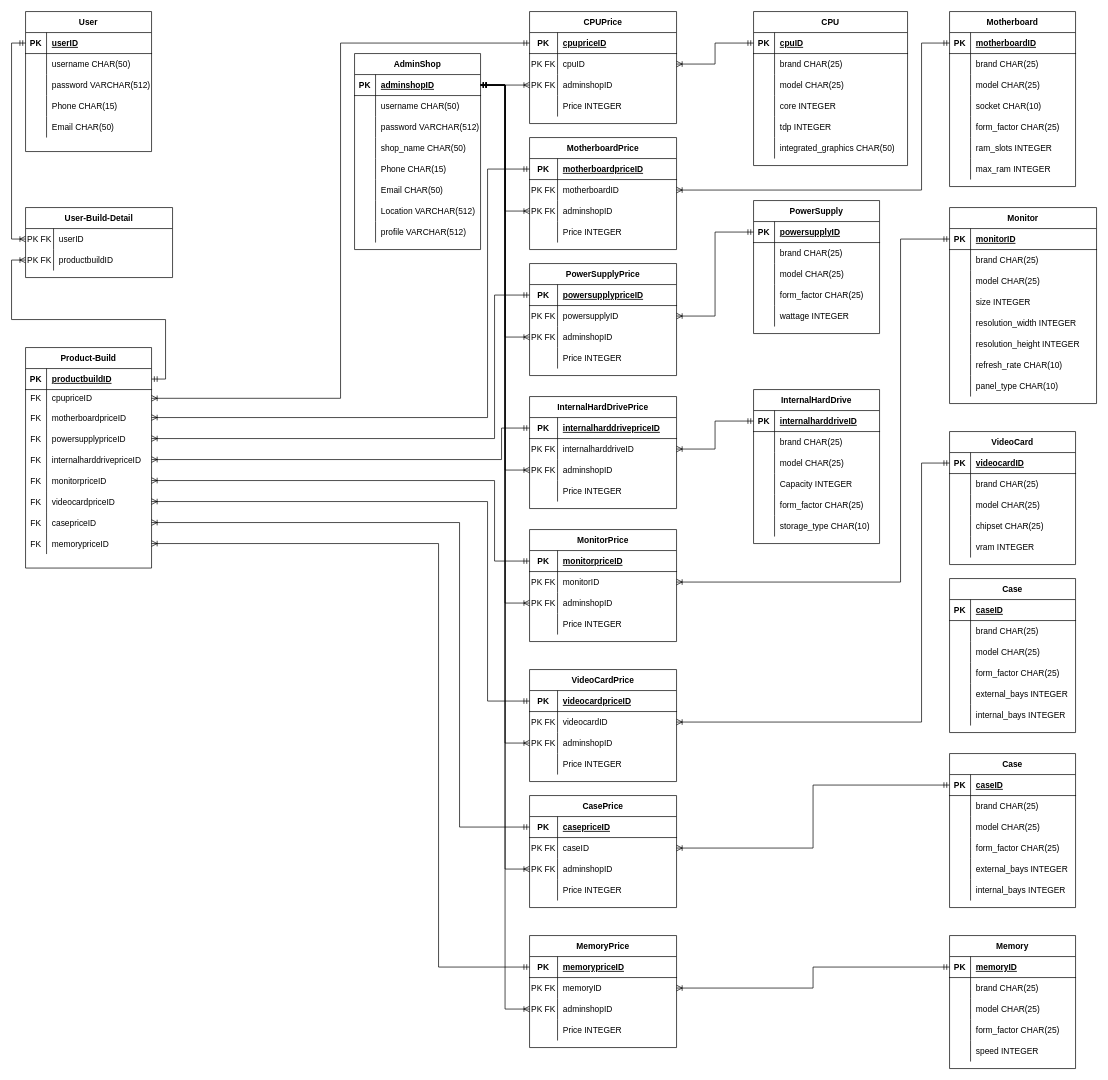
Before: component_crawler/Database/diagram/buildpc.drawio in vichhika/WCT_Y3, a draw.io diagram. Source tidied: cells renumbered, new cells numbered last; positions are measured from the earlier drawing's top-left corner, leaving out a move shared by most shapes. Both pictures are drawn from the tidied source at 70%, with x=0, y=0 at pixel (11, 11).
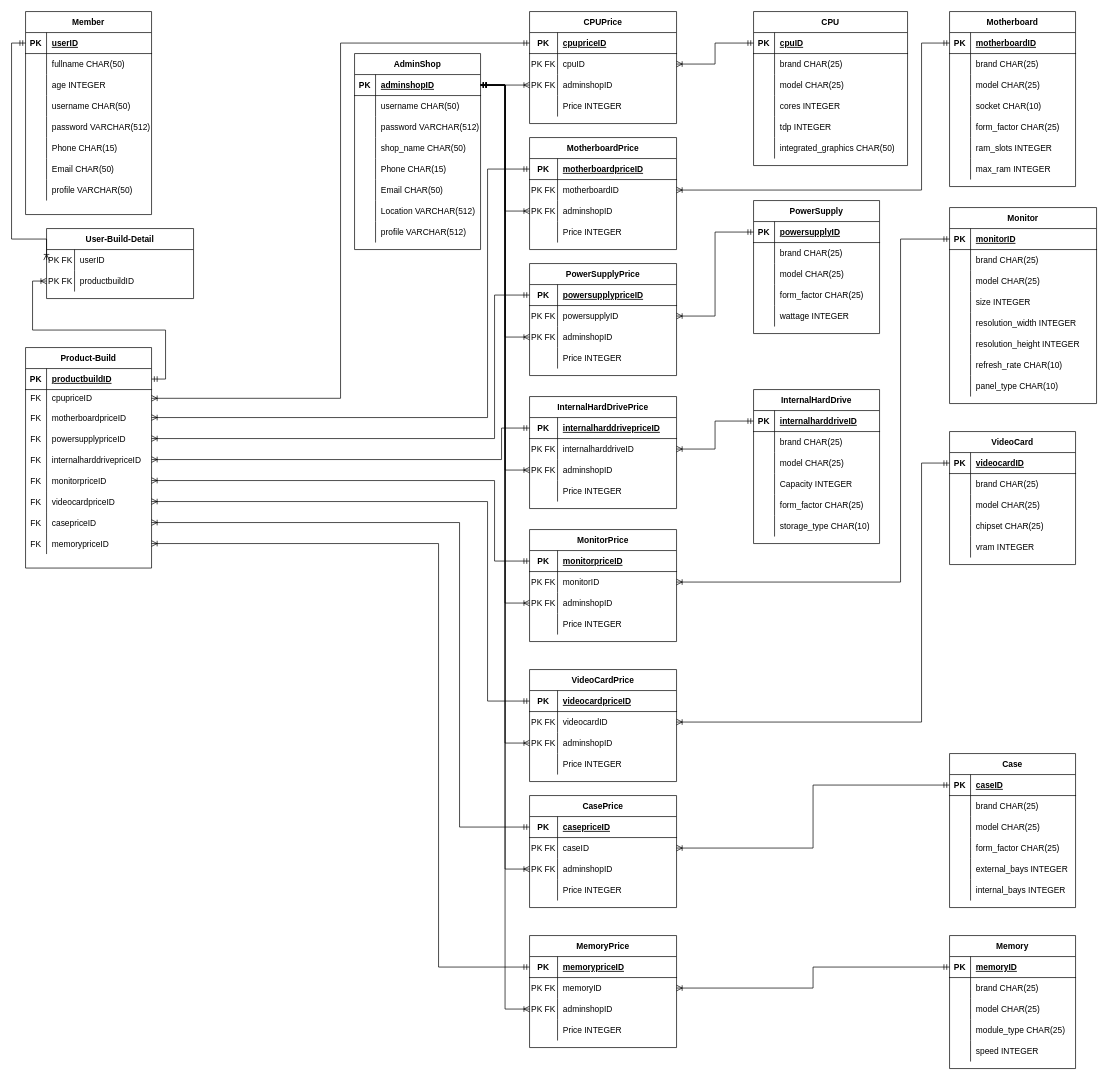
The same diagram, later.

The change refers to these unchanged cells:
```xml
<mxCell id="12" style="shape=partialRectangle;fillColor=none;top=0;left=0;bottom=0;right=0;" parent="2" vertex="1">
  <mxGeometry y="120" width="220" height="30" as="geometry" />
</mxCell>
<mxCell id="155" style="shape=partialRectangle;fillColor=none;top=0;left=0;bottom=0;right=0;" parent="151" vertex="1">
  <mxGeometry y="60" width="180" height="30" as="geometry" />
</mxCell>
<mxCell id="356" style="shape=partialRectangle;fillColor=none;top=0;left=0;bottom=0;right=0;" parent="346" vertex="1">
  <mxGeometry y="120" width="180" height="30" as="geometry" />
</mxCell>
```

What changed in the source:
```diff
@@
-    <mxCell id="14" value="core INTEGER" style="shape=partialRectangle;fillColor=none;top=0;left=0;bottom=0;right=0;align=left;spacingLeft=6;overflow=hidden;" parent="12" vertex="1">
+    <mxCell id="14" value="cores INTEGER" style="shape=partialRectangle;fillColor=none;top=0;left=0;bottom=0;right=0;align=left;spacingLeft=6;overflow=hidden;" parent="12" vertex="1">
       <mxGeometry x="30" width="190" height="30" as="geometry" />
     </mxCell>
@@
+    <mxCell id="251" value="User-Build-Detail" style="shape=table;startSize=30;childLayout=tableLayout;rowLines=0;fontStyle=1;align=center;" parent="1" vertex="1">
+      <mxGeometry x="50" y="310" width="210" height="100" as="geometry" />
+    </mxCell>
+    <mxCell id="252" style="shape=partialRectangle;fillColor=none;top=0;left=0;bottom=0;right=0;points=[[0,0.5],[1,0.5]];portConstraint=eastwest;" parent="251" vertex="1">
+      <mxGeometry y="30" width="210" height="30" as="geometry" />
+    </mxCell>
+    <mxCell id="253" value="PK FK" style="shape=partialRectangle;fillColor=none;top=0;left=0;bottom=0;right=0;overflow=hidden;" parent="252" vertex="1">
+      <mxGeometry width="40" height="30" as="geometry" />
+    </mxCell>
+    <mxCell id="254" value="userID" style="shape=partialRectangle;fillColor=none;top=0;left=0;bottom=0;right=0;align=left;spacingLeft=6;overflow=hidden;" parent="252" vertex="1">
+      <mxGeometry x="40" width="170" height="30" as="geometry" />
+    </mxCell>
+    <mxCell id="255" style="shape=partialRectangle;fillColor=none;top=0;left=0;bottom=0;right=0;points=[[0,0.5],[1,0.5]];portConstraint=eastwest;" parent="251" vertex="1">
+      <mxGeometry y="60" width="210" height="30" as="geometry" />
+    </mxCell>
+    <mxCell id="256" value="PK FK" style="shape=partialRectangle;fillColor=none;top=0;left=0;bottom=0;right=0;overflow=hidden;" parent="255" vertex="1">
+      <mxGeometry width="40" height="30" as="geometry" />
+    </mxCell>
+    <mxCell id="257" value="productbuildID" style="shape=partialRectangle;fillColor=none;top=0;left=0;bottom=0;right=0;align=left;spacingLeft=6;overflow=hidden;" parent="255" vertex="1">
+      <mxGeometry x="40" width="170" height="30" as="geometry" />
+    </mxCell>
@@
-    <mxCell id="151" value="User" style="shape=table;startSize=30;childLayout=tableLayout;rowLines=0;fontStyle=1;align=center;" parent="1" vertex="1">
-      <mxGeometry x="20" width="180" height="200" as="geometry" />
+    <mxCell id="151" value="Member" style="shape=table;startSize=30;childLayout=tableLayout;rowLines=0;fontStyle=1;align=center;" parent="1" vertex="1">
+      <mxGeometry x="20" width="180" height="290" as="geometry" />
     </mxCell>
@@
-    <mxCell id="157" value="username CHAR(50)" style="shape=partialRectangle;fillColor=none;top=0;left=0;bottom=0;right=0;align=left;spacingLeft=6;overflow=hidden;" parent="155" vertex="1">
+    <mxCell id="157" value="fullname CHAR(50)" style="shape=partialRectangle;fillColor=none;top=0;left=0;bottom=0;right=0;align=left;spacingLeft=6;overflow=hidden;" parent="155" vertex="1">
       <mxGeometry x="30" width="150" height="30" as="geometry" />
     </mxCell>
+    <mxCell id="300" style="shape=partialRectangle;fillColor=none;top=0;left=0;bottom=0;right=0;" parent="151" vertex="1">
+      <mxGeometry y="90" width="180" height="30" as="geometry" />
+    </mxCell>
+    <mxCell id="379" style="shape=partialRectangle;fillColor=none;top=0;left=0;bottom=0;right=0;overflow=hidden;" parent="300" vertex="1">
+      <mxGeometry width="30" height="30" as="geometry" />
+    </mxCell>
+    <mxCell id="380" value="age INTEGER" style="shape=partialRectangle;fillColor=none;top=0;left=0;bottom=0;right=0;align=left;spacingLeft=6;overflow=hidden;" parent="300" vertex="1">
+      <mxGeometry x="30" width="150" height="30" as="geometry" />
+    </mxCell>
+    <mxCell id="303" style="shape=partialRectangle;fillColor=none;top=0;left=0;bottom=0;right=0;" parent="151" vertex="1">
+      <mxGeometry y="120" width="180" height="30" as="geometry" />
+    </mxCell>
+    <mxCell id="381" style="shape=partialRectangle;fillColor=none;top=0;left=0;bottom=0;right=0;overflow=hidden;" parent="303" vertex="1">
+      <mxGeometry width="30" height="30" as="geometry" />
+    </mxCell>
+    <mxCell id="382" value="username CHAR(50)" style="shape=partialRectangle;fillColor=none;top=0;left=0;bottom=0;right=0;align=left;spacingLeft=6;overflow=hidden;" parent="303" vertex="1">
+      <mxGeometry x="30" width="150" height="30" as="geometry" />
+    </mxCell>
     <mxCell id="158" style="shape=partialRectangle;fillColor=none;top=0;left=0;bottom=0;right=0;" parent="151" vertex="1">
-      <mxGeometry y="90" width="180" height="30" as="geometry" />
+      <mxGeometry y="150" width="180" height="30" as="geometry" />
     </mxCell>
@@
     <mxCell id="161" style="shape=partialRectangle;fillColor=none;top=0;left=0;bottom=0;right=0;" parent="151" vertex="1">
-      <mxGeometry y="120" width="180" height="30" as="geometry" />
+      <mxGeometry y="180" width="180" height="30" as="geometry" />
     </mxCell>
@@
     <mxCell id="164" style="shape=partialRectangle;fillColor=none;top=0;left=0;bottom=0;right=0;" parent="151" vertex="1">
-      <mxGeometry y="150" width="180" height="30" as="geometry" />
+      <mxGeometry y="210" width="180" height="30" as="geometry" />
     </mxCell>
@@
+    <mxCell id="383" style="shape=partialRectangle;fillColor=none;top=0;left=0;bottom=0;right=0;" parent="151" vertex="1">
+      <mxGeometry y="240" width="180" height="30" as="geometry" />
+    </mxCell>
+    <mxCell id="384" style="shape=partialRectangle;fillColor=none;top=0;left=0;bottom=0;right=0;overflow=hidden;" parent="383" vertex="1">
+      <mxGeometry width="30" height="30" as="geometry" />
+    </mxCell>
+    <mxCell id="385" value="profile VARCHAR(50)" style="shape=partialRectangle;fillColor=none;top=0;left=0;bottom=0;right=0;align=left;spacingLeft=6;overflow=hidden;" parent="383" vertex="1">
+      <mxGeometry x="30" width="150" height="30" as="geometry" />
+    </mxCell>
@@
-    <mxCell id="251" value="User-Build-Detail" style="shape=table;startSize=30;childLayout=tableLayout;rowLines=0;fontStyle=1;align=center;" parent="1" vertex="1">
-      <mxGeometry x="20" y="280" width="210" height="100" as="geometry" />
-    </mxCell>
-    <mxCell id="252" style="shape=partialRectangle;fillColor=none;top=0;left=0;bottom=0;right=0;points=[[0,0.5],[1,0.5]];portConstraint=eastwest;" parent="251" vertex="1">
-      <mxGeometry y="30" width="210" height="30" as="geometry" />
-    </mxCell>
-    <mxCell id="253" value="PK FK" style="shape=partialRectangle;fillColor=none;top=0;left=0;bottom=0;right=0;overflow=hidden;" parent="252" vertex="1">
-      <mxGeometry width="40" height="30" as="geometry" />
-    </mxCell>
-    <mxCell id="254" value="userID" style="shape=partialRectangle;fillColor=none;top=0;left=0;bottom=0;right=0;align=left;spacingLeft=6;overflow=hidden;" parent="252" vertex="1">
-      <mxGeometry x="40" width="170" height="30" as="geometry" />
-    </mxCell>
-    <mxCell id="255" style="shape=partialRectangle;fillColor=none;top=0;left=0;bottom=0;right=0;points=[[0,0.5],[1,0.5]];portConstraint=eastwest;" parent="251" vertex="1">
-      <mxGeometry y="60" width="210" height="30" as="geometry" />
-    </mxCell>
-    <mxCell id="256" value="PK FK" style="shape=partialRectangle;fillColor=none;top=0;left=0;bottom=0;right=0;overflow=hidden;" parent="255" vertex="1">
-      <mxGeometry width="40" height="30" as="geometry" />
-    </mxCell>
-    <mxCell id="257" value="productbuildID" style="shape=partialRectangle;fillColor=none;top=0;left=0;bottom=0;right=0;align=left;spacingLeft=6;overflow=hidden;" parent="255" vertex="1">
-      <mxGeometry x="40" width="170" height="30" as="geometry" />
-    </mxCell>
@@
-    <mxCell id="293" value="Case" style="shape=table;startSize=30;childLayout=tableLayout;rowLines=0;fontStyle=1;align=center;" parent="1" vertex="1">
-      <mxGeometry x="1340" y="810" width="180" height="220" as="geometry" />
-    </mxCell>
-    <mxCell id="294" style="shape=partialRectangle;fillColor=none;top=0;left=0;bottom=1;right=0;" parent="293" vertex="1">
-      <mxGeometry y="30" width="180" height="30" as="geometry" />
-    </mxCell>
-    <mxCell id="295" value="PK" style="shape=partialRectangle;fillColor=none;top=0;left=0;bottom=0;right=0;fontStyle=1;overflow=hidden;" parent="294" vertex="1">
-      <mxGeometry width="30" height="30" as="geometry" />
-    </mxCell>
-    <mxCell id="296" value="caseID" style="shape=partialRectangle;fillColor=none;top=0;left=0;bottom=0;right=0;align=left;spacingLeft=6;fontStyle=5;overflow=hidden;" parent="294" vertex="1">
-      <mxGeometry x="30" width="150" height="30" as="geometry" />
-    </mxCell>
-    <mxCell id="297" style="shape=partialRectangle;fillColor=none;top=0;left=0;bottom=0;right=0;" parent="293" vertex="1">
-      <mxGeometry y="60" width="180" height="30" as="geometry" />
-    </mxCell>
-    <mxCell id="298" style="shape=partialRectangle;fillColor=none;top=0;left=0;bottom=0;right=0;overflow=hidden;" parent="297" vertex="1">
-      <mxGeometry width="30" height="30" as="geometry" />
-    </mxCell>
-    <mxCell id="299" value="brand CHAR(25)" style="shape=partialRectangle;fillColor=none;top=0;left=0;bottom=0;right=0;align=left;spacingLeft=6;overflow=hidden;" parent="297" vertex="1">
-      <mxGeometry x="30" width="150" height="30" as="geometry" />
-    </mxCell>
-    <mxCell id="300" style="shape=partialRectangle;fillColor=none;top=0;left=0;bottom=0;right=0;" parent="293" vertex="1">
-      <mxGeometry y="90" width="180" height="30" as="geometry" />
-    </mxCell>
-    <mxCell id="301" style="shape=partialRectangle;fillColor=none;top=0;left=0;bottom=0;right=0;overflow=hidden;" parent="300" vertex="1">
-      <mxGeometry width="30" height="30" as="geometry" />
-    </mxCell>
-    <mxCell id="302" value="model CHAR(25)" style="shape=partialRectangle;fillColor=none;top=0;left=0;bottom=0;right=0;align=left;spacingLeft=6;overflow=hidden;" parent="300" vertex="1">
-      <mxGeometry x="30" width="150" height="30" as="geometry" />
-    </mxCell>
-    <mxCell id="303" style="shape=partialRectangle;fillColor=none;top=0;left=0;bottom=0;right=0;" parent="293" vertex="1">
-      <mxGeometry y="120" width="180" height="30" as="geometry" />
-    </mxCell>
-    <mxCell id="304" style="shape=partialRectangle;fillColor=none;top=0;left=0;bottom=0;right=0;overflow=hidden;" parent="303" vertex="1">
-      <mxGeometry width="30" height="30" as="geometry" />
-    </mxCell>
-    <mxCell id="305" value="form_factor CHAR(25)" style="shape=partialRectangle;fillColor=none;top=0;left=0;bottom=0;right=0;align=left;spacingLeft=6;overflow=hidden;" parent="303" vertex="1">
-      <mxGeometry x="30" width="150" height="30" as="geometry" />
-    </mxCell>
-    <mxCell id="306" style="shape=partialRectangle;fillColor=none;top=0;left=0;bottom=0;right=0;" parent="293" vertex="1">
-      <mxGeometry y="150" width="180" height="30" as="geometry" />
-    </mxCell>
-    <mxCell id="307" style="shape=partialRectangle;fillColor=none;top=0;left=0;bottom=0;right=0;overflow=hidden;" parent="306" vertex="1">
-      <mxGeometry width="30" height="30" as="geometry" />
-    </mxCell>
-    <mxCell id="308" value="external_bays INTEGER" style="shape=partialRectangle;fillColor=none;top=0;left=0;bottom=0;right=0;align=left;spacingLeft=6;overflow=hidden;" parent="306" vertex="1">
-      <mxGeometry x="30" width="150" height="30" as="geometry" />
-    </mxCell>
-    <mxCell id="309" style="shape=partialRectangle;fillColor=none;top=0;left=0;bottom=0;right=0;" parent="293" vertex="1">
-      <mxGeometry y="180" width="180" height="30" as="geometry" />
-    </mxCell>
-    <mxCell id="310" style="shape=partialRectangle;fillColor=none;top=0;left=0;bottom=0;right=0;overflow=hidden;" parent="309" vertex="1">
-      <mxGeometry width="30" height="30" as="geometry" />
-    </mxCell>
-    <mxCell id="311" value="internal_bays INTEGER" style="shape=partialRectangle;fillColor=none;top=0;left=0;bottom=0;right=0;align=left;spacingLeft=6;overflow=hidden;" parent="309" vertex="1">
-      <mxGeometry x="30" width="150" height="30" as="geometry" />
-    </mxCell>
@@
-    <mxCell id="358" value="form_factor CHAR(25)" style="shape=partialRectangle;fillColor=none;top=0;left=0;bottom=0;right=0;align=left;spacingLeft=6;overflow=hidden;" parent="356" vertex="1">
+    <mxCell id="358" value="module_type CHAR(25)" style="shape=partialRectangle;fillColor=none;top=0;left=0;bottom=0;right=0;align=left;spacingLeft=6;overflow=hidden;" parent="356" vertex="1">
       <mxGeometry x="30" width="150" height="30" as="geometry" />
     </mxCell>
```
